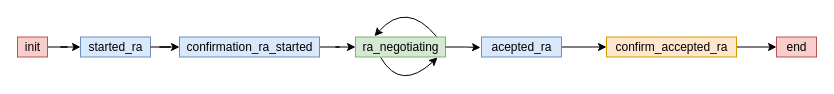
Above: chaincode/design/Roaming_Agreement_State_v03.drawio in sfl0r3nz05/NLP-DLT (draw.io), before the change. Source tidied: cells renumbered, new cells numbered last; positions are measured from the earlier drawing's top-left corner, leaving out a move shared by most shapes. Both pictures are drawn from the tidied source at 100%, with x=0, y=0 at pixel (17, 0).
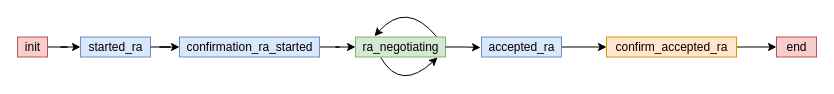
The same page after the edit.

Change to the diagram source:
```diff
@@
-    <mxCell id="12" value="acepted_ra" style="text;html=1;align=center;verticalAlign=middle;points=[];strokeColor=#6c8ebf;fillColor=#dae8fc;" parent="1" vertex="1">
+    <mxCell id="12" value="accepted_ra" style="text;html=1;align=center;verticalAlign=middle;points=[];strokeColor=#6c8ebf;fillColor=#dae8fc;" parent="1" vertex="1">
       <mxGeometry x="464" y="36.5" width="80" height="20" as="geometry" />
     </mxCell>
```
